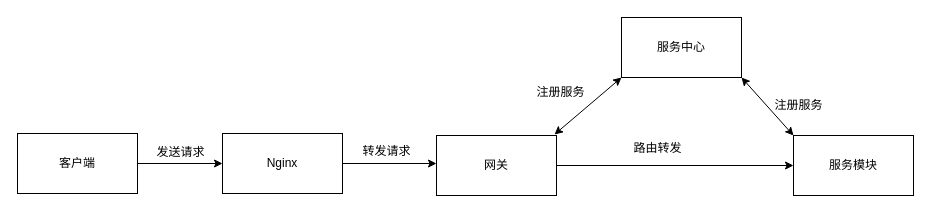
This is 请求流程.drawio from njauwj/draw, a draw.io file, before an edit. Source tidied: cells renumbered, new cells numbered last; positions are measured from the earlier drawing's top-left corner, leaving out a move shared by most shapes. Both pictures are drawn from the tidied source at 100%, with x=0, y=0 at pixel (17, 17).
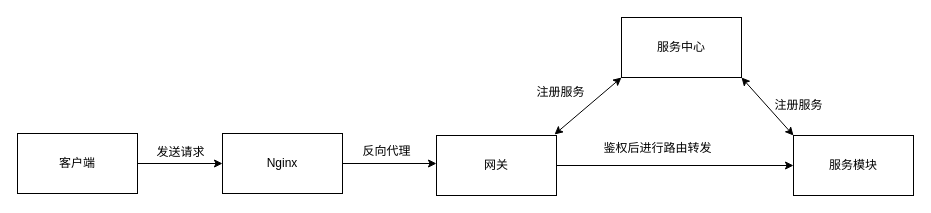
The same page after the edit.

Commit message (it also covers changes not shown here):
更新请求流程.drawio

The edit, as a diff of the source:
```diff
@@
 <mxGraphModel>
   <root>
     <mxCell id="0" />
     <mxCell id="1" parent="0" />
     <mxCell id="2" value="客户端" style="rounded=0;whiteSpace=wrap;html=1;" parent="1" vertex="1">
       <mxGeometry y="116" width="120" height="60" as="geometry" />
     </mxCell>
     <mxCell id="3" style="endArrow=classic;html=1;rounded=0;exitX=1;exitY=0.5;exitDx=0;exitDy=0;" parent="1" edge="1" source="6">
       <mxGeometry relative="1" as="geometry">
         <mxPoint x="248" y="146" as="targetPoint" />
       </mxGeometry>
     </mxCell>
     <mxCell id="4" value="发送请求" style="text;html=1;align=center;verticalAlign=middle;strokeColor=none;fillColor=none;" parent="1" vertex="1">
       <mxGeometry x="130" y="122" width="66" height="26" as="geometry" />
     </mxCell>
     <mxCell id="5" style="endArrow=classic;html=1;rounded=0;exitX=1;exitY=0.5;exitDx=0;exitDy=0;" parent="1" edge="1" source="2" target="6">
       <mxGeometry relative="1" as="geometry" />
     </mxCell>
     <mxCell id="6" value="Nginx" style="rounded=0;whiteSpace=wrap;html=1;" parent="1" vertex="1">
       <mxGeometry x="205" y="116" width="120" height="60" as="geometry" />
     </mxCell>
     <mxCell id="7" style="endArrow=classic;html=1;rounded=0;exitX=1;exitY=0.5;exitDx=0;exitDy=0;" parent="1" edge="1" source="6">
       <mxGeometry relative="1" as="geometry">
         <mxPoint x="419" y="146" as="targetPoint" />
       </mxGeometry>
     </mxCell>
-    <mxCell id="8" value="转发请求" style="text;html=1;align=center;verticalAlign=middle;strokeColor=none;fillColor=none;" parent="1" vertex="1">
+    <mxCell id="8" value="反向代理" style="text;html=1;align=center;verticalAlign=middle;strokeColor=none;fillColor=none;" parent="1" vertex="1">
       <mxGeometry x="336" y="121" width="66" height="26" as="geometry" />
     </mxCell>
     <mxCell id="9" value="网关" style="rounded=0;whiteSpace=wrap;html=1;" parent="1" vertex="1">
       <mxGeometry x="419" y="118" width="120" height="60" as="geometry" />
     </mxCell>
     <mxCell id="10" value="服务中心" style="rounded=0;whiteSpace=wrap;html=1;" parent="1" vertex="1">
       <mxGeometry x="604" width="120" height="60" as="geometry" />
     </mxCell>
     <mxCell id="11" style="endArrow=classic;startArrow=classic;html=1;rounded=0;entryX=0;entryY=1;entryDx=0;entryDy=0;" parent="1" edge="1" target="10">
       <mxGeometry relative="1" as="geometry">
         <mxPoint x="537" y="117" as="sourcePoint" />
       </mxGeometry>
     </mxCell>
     <mxCell id="12" value="注册服务" style="text;html=1;align=center;verticalAlign=middle;strokeColor=none;fillColor=none;" parent="1" vertex="1">
       <mxGeometry x="510" y="62" width="66" height="26" as="geometry" />
     </mxCell>
     <mxCell id="13" value="服务模块" style="rounded=0;whiteSpace=wrap;html=1;flipH=1;" parent="1" vertex="1">
       <mxGeometry x="776" y="118" width="120" height="60" as="geometry" />
     </mxCell>
     <mxCell id="14" style="endArrow=classic;startArrow=classic;html=1;rounded=0;entryX=1;entryY=1;entryDx=0;entryDy=0;exitX=0;exitY=0;exitDx=0;exitDy=0;" parent="1" edge="1" source="13" target="10">
       <mxGeometry relative="1" as="geometry" />
     </mxCell>
     <mxCell id="15" value="注册服务" style="text;html=1;align=center;verticalAlign=middle;strokeColor=none;fillColor=none;" parent="1" vertex="1">
       <mxGeometry x="748" y="75" width="66" height="26" as="geometry" />
     </mxCell>
     <mxCell id="16" style="endArrow=classic;html=1;rounded=0;exitX=1;exitY=0.5;exitDx=0;exitDy=0;entryX=0;entryY=0.5;entryDx=0;entryDy=0;" parent="1" edge="1" source="9" target="13">
       <mxGeometry relative="1" as="geometry" />
     </mxCell>
-    <mxCell id="17" value="路由转发" style="text;html=1;align=center;verticalAlign=middle;strokeColor=none;fillColor=none;" parent="1" vertex="1">
-      <mxGeometry x="607" y="118" width="66" height="26" as="geometry" />
+    <mxCell id="17" value="鉴权后进行路由转发" style="text;html=1;align=center;verticalAlign=middle;strokeColor=none;fillColor=none;" parent="1" vertex="1">
+      <mxGeometry x="577" y="118" width="126" height="26" as="geometry" />
     </mxCell>
   </root>
 </mxGraphModel>
```
